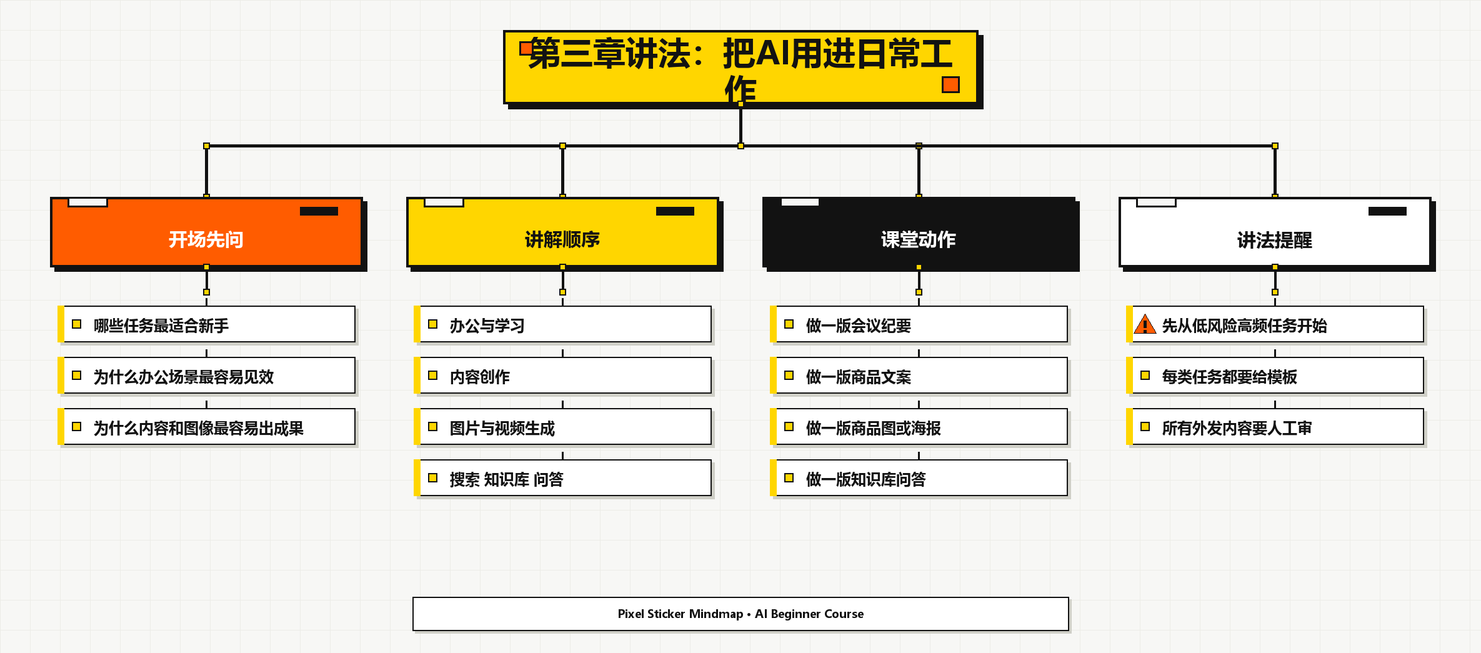
locooooooooo/ai-beginner-course keeps this Mermaid diagram as chapter-03-teaching-mindmap.png. Above is the earlier version. Its source is kept beside it as chapter-03-teaching-mindmap.mmd.
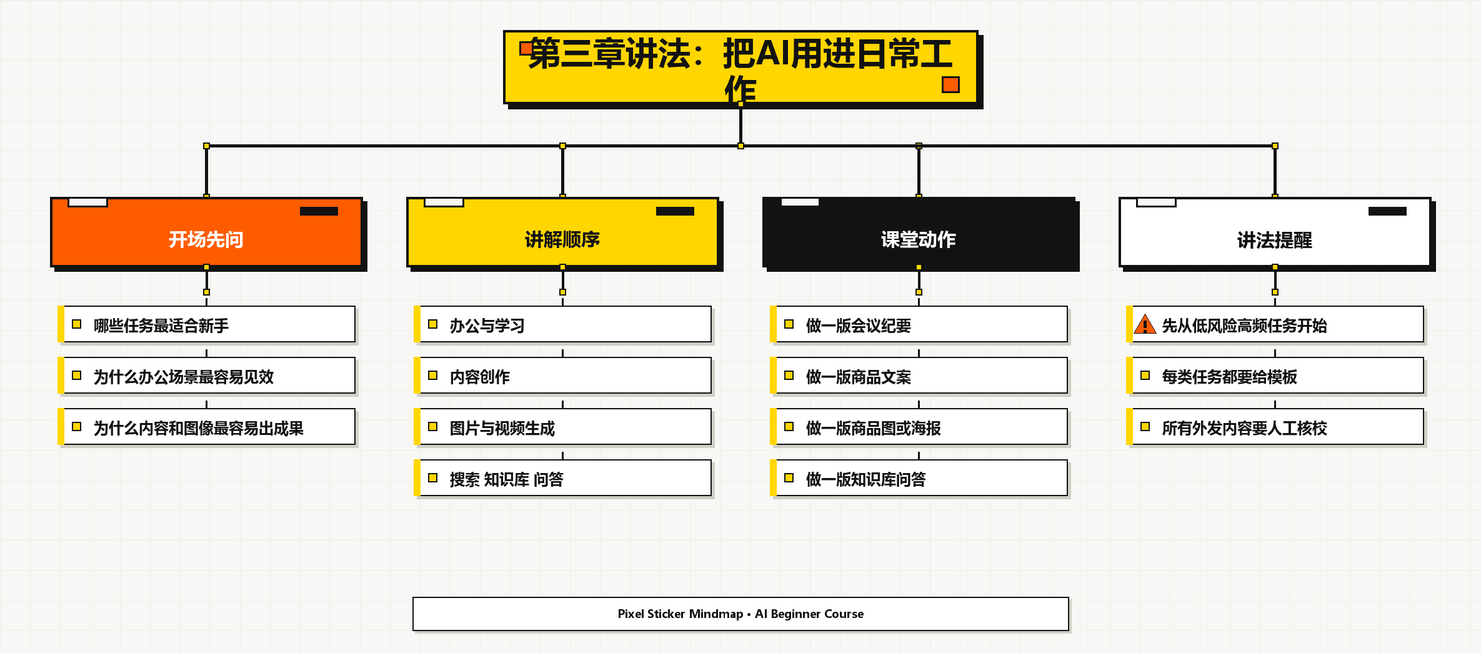
After the commit.

Change to the diagram source:
```diff
@@ -17,4 +17,4 @@
     讲法提醒
       先从低风险高频任务开始
       每类任务都要给模板
-      所有外发内容要人工审
+      所有外发内容要人工核校
```
